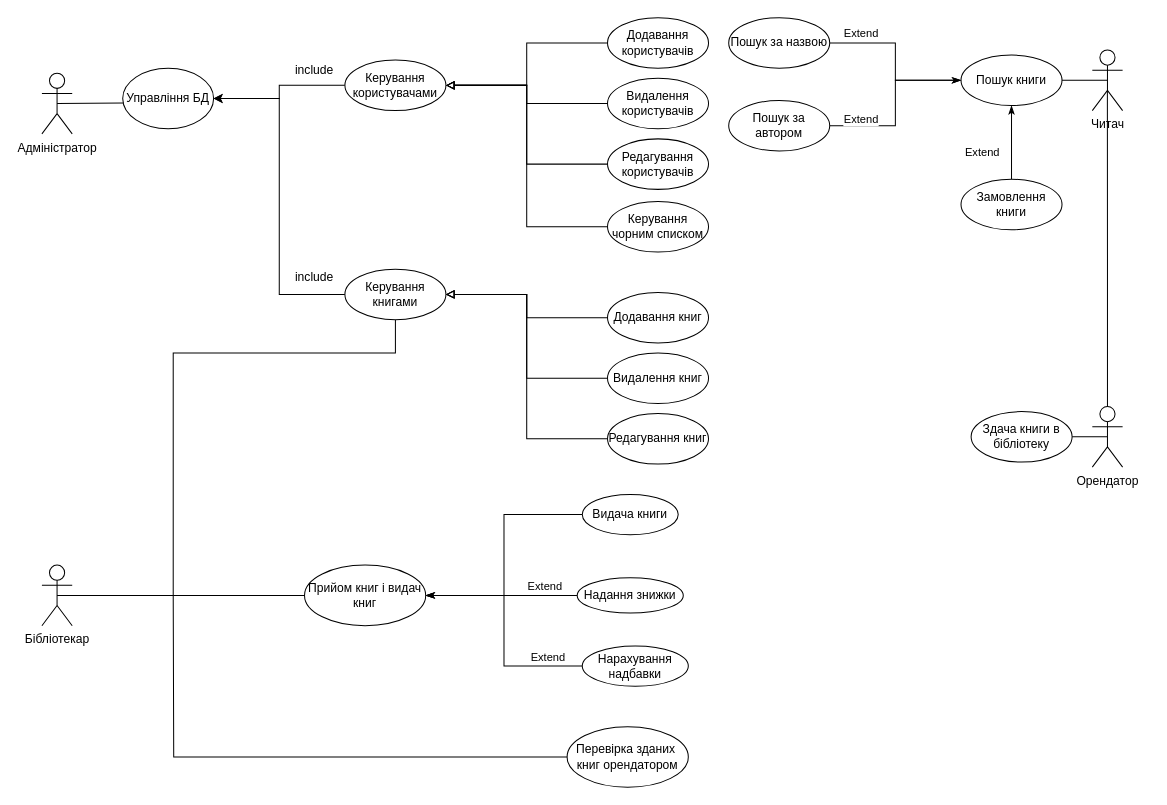
Earlier version of the draw.io diagram use_case.drawio (mmeerrccyy/tcpp_library_project). Source tidied: cells renumbered, new cells numbered last; positions are measured from the earlier drawing's top-left corner, leaving out a move shared by most shapes. Both pictures are drawn from the tidied source at 101%, with x=0, y=0 at pixel (41, 17).
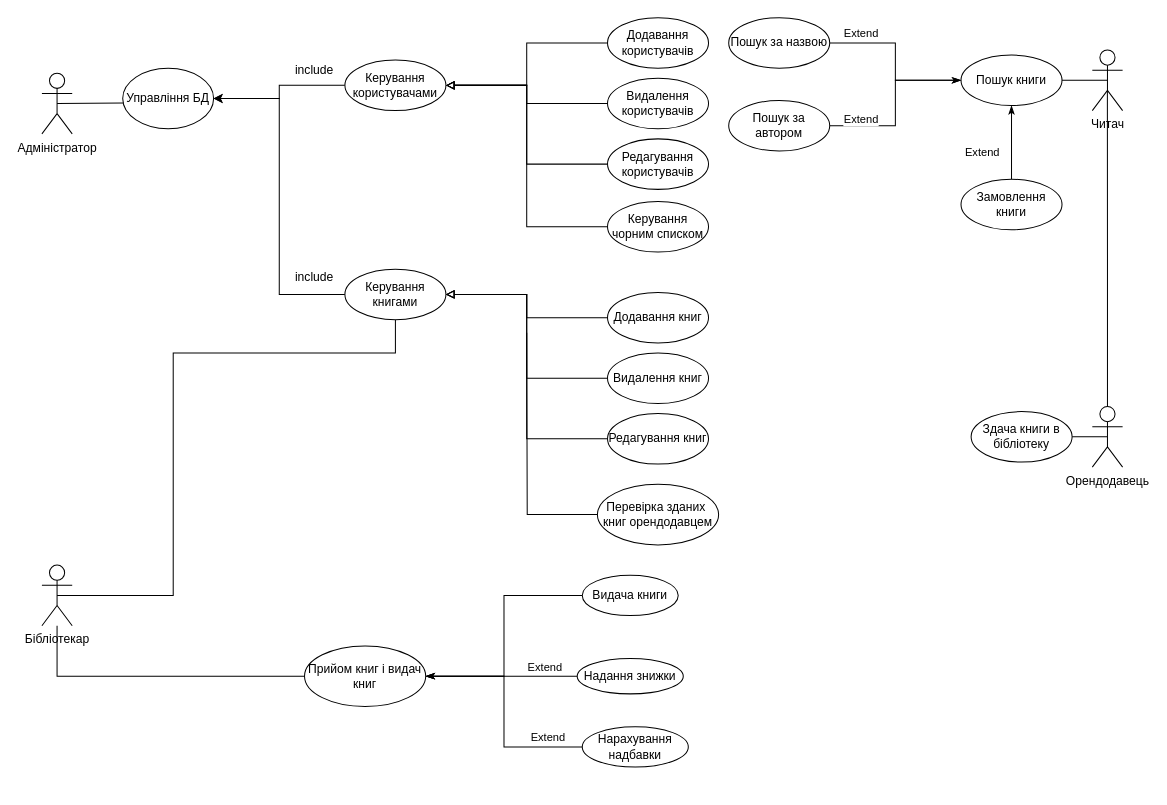
The same diagram, later.

Diff of the diagram source:
```diff
@@
-    <mxCell id="9" value="Орендатор&lt;br&gt;" style="shape=umlActor;verticalLabelPosition=bottom;verticalAlign=top;html=1;" parent="1" vertex="1">
+    <mxCell id="9" value="Орендодавець" style="shape=umlActor;verticalLabelPosition=bottom;verticalAlign=top;html=1;" parent="1" vertex="1">
       <mxGeometry x="1040" y="385" width="30" height="60" as="geometry" />
     </mxCell>
@@
     <mxCell id="31" value="Видача книги" style="ellipse;whiteSpace=wrap;html=1;" parent="1" vertex="1">
-      <mxGeometry x="535" y="472" width="95" height="40" as="geometry" />
+      <mxGeometry x="535" y="552" width="95" height="40" as="geometry" />
     </mxCell>
@@
     <mxCell id="34" value="Надання знижки" style="ellipse;whiteSpace=wrap;html=1;" parent="1" vertex="1">
-      <mxGeometry x="530" y="554.5" width="105" height="35" as="geometry" />
+      <mxGeometry x="530" y="634.5" width="105" height="35" as="geometry" />
     </mxCell>
@@
     <mxCell id="36" value="Нарахування надбавки&lt;br&gt;" style="ellipse;whiteSpace=wrap;html=1;" parent="1" vertex="1">
-      <mxGeometry x="535" y="622" width="105" height="40" as="geometry" />
+      <mxGeometry x="535" y="702" width="105" height="40" as="geometry" />
     </mxCell>
@@
     <mxCell id="38" value="Прийом книг і видач книг" style="ellipse;whiteSpace=wrap;html=1;" parent="1" vertex="1">
-      <mxGeometry x="260" y="542" width="120" height="60" as="geometry" />
+      <mxGeometry x="260" y="622" width="120" height="60" as="geometry" />
     </mxCell>
     <mxCell id="39" value="Extend" style="edgeLabel;html=1;align=center;verticalAlign=middle;" parent="1" vertex="1">
-      <mxGeometry x="500" y="632" as="geometry" />
+      <mxGeometry x="500" y="712" as="geometry" />
     </mxCell>
-    <mxCell id="40" style="edgeStyle=orthogonalEdgeStyle;rounded=0;sketch=0;jettySize=auto;html=1;endArrow=none;endFill=0;strokeColor=#000000;" parent="1" edge="1" source="41">
-      <mxGeometry relative="1" as="geometry">
-        <mxPoint x="130" y="572" as="targetPoint" />
-      </mxGeometry>
-    </mxCell>
+    <mxCell id="55" style="edgeStyle=orthogonalEdgeStyle;rounded=0;jettySize=auto;html=1;endArrow=none;endFill=0;" parent="1" edge="1" source="41">
+      <mxGeometry relative="1" as="geometry">
+        <mxPoint x="480" y="312" as="targetPoint" />
+      </mxGeometry>
+    </mxCell>
-    <mxCell id="41" value="Перевірка зданих&amp;nbsp; книг орендатором" style="ellipse;whiteSpace=wrap;html=1;" parent="1" vertex="1">
-      <mxGeometry x="520" y="702" width="120" height="60" as="geometry" />
+    <mxCell id="41" value="Перевірка зданих&amp;nbsp; книг орендодавцем" style="ellipse;whiteSpace=wrap;html=1;" parent="1" vertex="1">
+      <mxGeometry x="550" y="462" width="120" height="60" as="geometry" />
     </mxCell>
```
